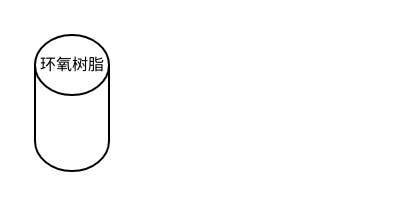
The draw.io diagram 覆铜板.drawio in little-white-dragon1/Diagrams, before the edit. Source tidied: cells renumbered, new cells numbered last; positions are measured from the earlier drawing's top-left corner, leaving out a move shared by most shapes. Both pictures are drawn from the tidied source at 200%, with x=0, y=0 at pixel (34, 34).
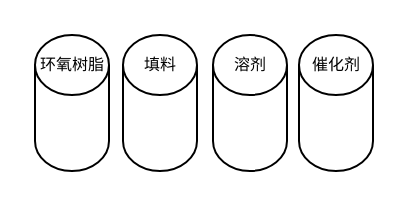
After the change.

Commit message (it also covers changes not shown here):
更新覆铜板.drawio

Change to the diagram source:
```diff
@@
 <mxGraphModel>
   <root>
     <mxCell id="0" />
     <mxCell id="1" parent="0" />
     <mxCell id="2" style="shape=cylinder3;whiteSpace=wrap;html=1;boundedLbl=1;backgroundOutline=1;size=15;" parent="1" vertex="1">
       <mxGeometry width="37" height="68" as="geometry" />
     </mxCell>
     <mxCell id="3" value="&lt;font style=&quot;font-size: 8px;&quot;&gt;环氧树脂&lt;/font&gt;" style="text;html=1;align=center;verticalAlign=middle;whiteSpace=wrap;rounded=0;" parent="1" vertex="1">
       <mxGeometry x="2" y="5" width="34" height="18" as="geometry" />
     </mxCell>
+    <mxCell id="4" style="shape=cylinder3;whiteSpace=wrap;html=1;boundedLbl=1;backgroundOutline=1;size=15;" parent="1" vertex="1">
+      <mxGeometry x="44" width="37" height="68" as="geometry" />
+    </mxCell>
+    <mxCell id="5" value="&lt;span style=&quot;font-size: 8px;&quot;&gt;填料&lt;/span&gt;" style="text;html=1;align=center;verticalAlign=middle;whiteSpace=wrap;rounded=0;" parent="1" vertex="1">
+      <mxGeometry x="46" y="5" width="34" height="18" as="geometry" />
+    </mxCell>
+    <mxCell id="6" style="shape=cylinder3;whiteSpace=wrap;html=1;boundedLbl=1;backgroundOutline=1;size=15;" parent="1" vertex="1">
+      <mxGeometry x="89" width="37" height="68" as="geometry" />
+    </mxCell>
+    <mxCell id="7" value="&lt;span style=&quot;font-size: 8px;&quot;&gt;溶剂&lt;/span&gt;" style="text;html=1;align=center;verticalAlign=middle;whiteSpace=wrap;rounded=0;" parent="1" vertex="1">
+      <mxGeometry x="91" y="5" width="34" height="18" as="geometry" />
+    </mxCell>
+    <mxCell id="8" style="shape=cylinder3;whiteSpace=wrap;html=1;boundedLbl=1;backgroundOutline=1;size=15;" parent="1" vertex="1">
+      <mxGeometry x="132" width="37" height="68" as="geometry" />
+    </mxCell>
+    <mxCell id="9" value="&lt;span style=&quot;font-size: 8px;&quot;&gt;催化剂&lt;/span&gt;" style="text;html=1;align=center;verticalAlign=middle;whiteSpace=wrap;rounded=0;" parent="1" vertex="1">
+      <mxGeometry x="133.5" y="5" width="34" height="18" as="geometry" />
+    </mxCell>
   </root>
 </mxGraphModel>
```
